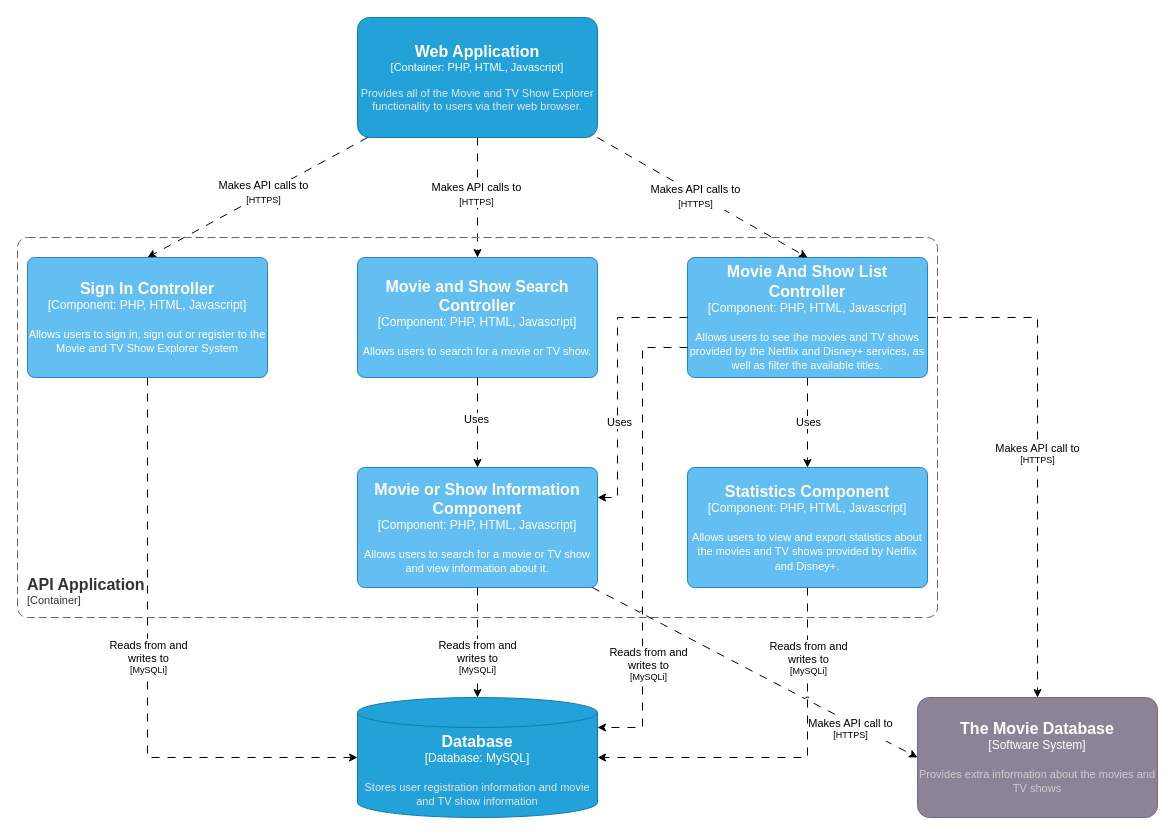
The draw.io diagram C4/c4-level3.drawio in pizzaimiplace/MoX-Movies-and-TV-Shows-, before the edit. Source tidied: cells renumbered, new cells numbered last; positions are measured from the earlier drawing's top-left corner, leaving out a move shared by most shapes. Both pictures are drawn from the tidied source at 100%, with x=0, y=0 at pixel (17, 17).
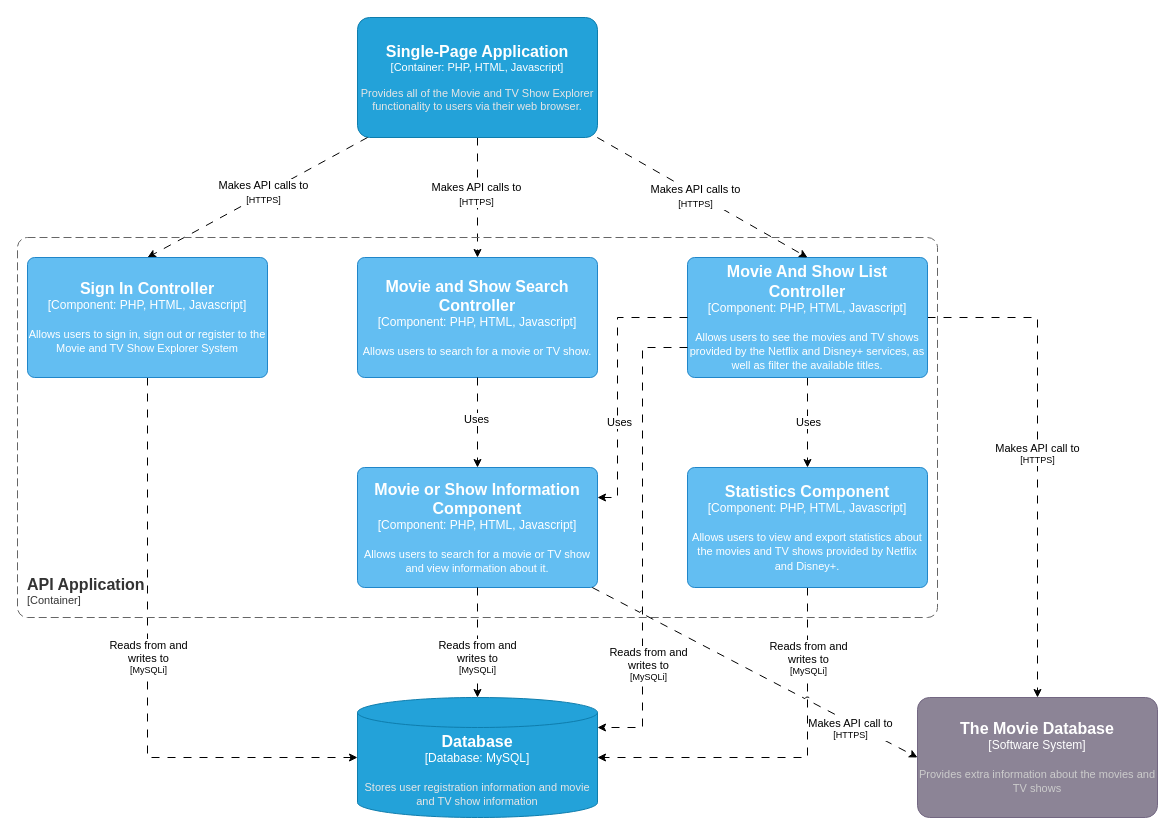
The same diagram, later.

Diff of the diagram source:
```diff
@@
-    <object id="5" label="&lt;font style=&quot;font-size: 16px&quot;&gt;&lt;b&gt;%c4Name%&lt;/b&gt;&lt;/font&gt;&lt;div&gt;[%c4Type%: %c4Technology%]&lt;/div&gt;&lt;br&gt;&lt;div&gt;&lt;font style=&quot;font-size: 11px&quot;&gt;&lt;font color=&quot;#E6E6E6&quot;&gt;%c4Description%&lt;/font&gt;&lt;/div&gt;" c4Description="Provides all of the Movie and TV Show Explorer functionality to users via their web browser." c4Name="Web Application" c4Technology="PHP, HTML, Javascript" c4Type="Container" placeholders="1">
+    <object id="5" label="&lt;font style=&quot;font-size: 16px&quot;&gt;&lt;b&gt;%c4Name%&lt;/b&gt;&lt;/font&gt;&lt;div&gt;[%c4Type%: %c4Technology%]&lt;/div&gt;&lt;br&gt;&lt;div&gt;&lt;font style=&quot;font-size: 11px&quot;&gt;&lt;font color=&quot;#E6E6E6&quot;&gt;%c4Description%&lt;/font&gt;&lt;/div&gt;" c4Description="Provides all of the Movie and TV Show Explorer functionality to users via their web browser." c4Name="Single-Page Application" c4Technology="PHP, HTML, Javascript" c4Type="Container" placeholders="1">
       <mxCell style="rounded=1;whiteSpace=wrap;html=1;fontSize=11;labelBackgroundColor=none;fillColor=#23A2D9;fontColor=#ffffff;align=center;arcSize=10;strokeColor=#0E7DAD;points=[[0.25,0,0],[0.5,0,0],[0.75,0,0],[1,0.25,0],[1,0.5,0],[1,0.75,0],[0.75,1,0],[0.5,1,0],[0.25,1,0],[0,0.75,0],[0,0.5,0],[0,0.25,0]];" parent="1" vertex="1">
         <mxGeometry x="340" width="240" height="120" as="geometry" />
       </mxCell>
     </object>
```
